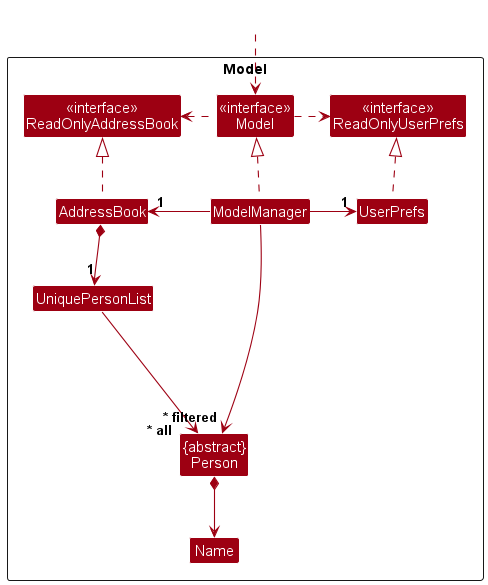
Above: docs/images/ModelClassDiagram.png in nus-cs2103-AY2324S1/tp (PlantUML), before the change.
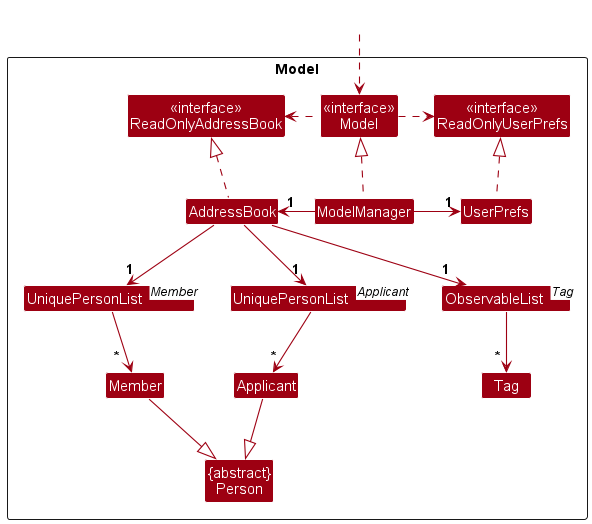
The same diagram one commit later.

Diff of the diagram source:
```diff
@@ -11,10 +11,13 @@
 Class AddressBook
 Class ModelManager
 Class UserPrefs
-
-Class UniquePersonList
+Class "UniquePersonList<Member>" as UniqueMemberList
+Class "UniquePersonList<Applicant>" as UniqueApplicantList
+Class "ObservableList<Tag>" as UniqueTagList
 Class "{abstract}\nPerson" as Person
-Class Name
+Class Member
+Class Applicant
+Class Tag
 
 Class I #FFFFFF
 }
@@ -31,12 +34,13 @@
 ModelManager -right-> "1" UserPrefs
 UserPrefs .up.|> ReadOnlyUserPrefs
 
-AddressBook *--> "1" UniquePersonList
-UniquePersonList --> "~* all" Person
-Person *--> Name
+AddressBook --> "1" UniqueMemberList
+AddressBook --> "1" UniqueApplicantList
+AddressBook --> "1" UniqueTagList
+UniqueMemberList --> "~*  " Member
+UniqueApplicantList --> "~*" Applicant
+UniqueTagList --> "~* " Tag
+Member -down-|> Person
+Applicant -down-|> Person
 
-Person -[hidden]up--> I
-UniquePersonList -[hidden]right-> I
-
-ModelManager --> "~* filtered" Person
 @enduml
```
